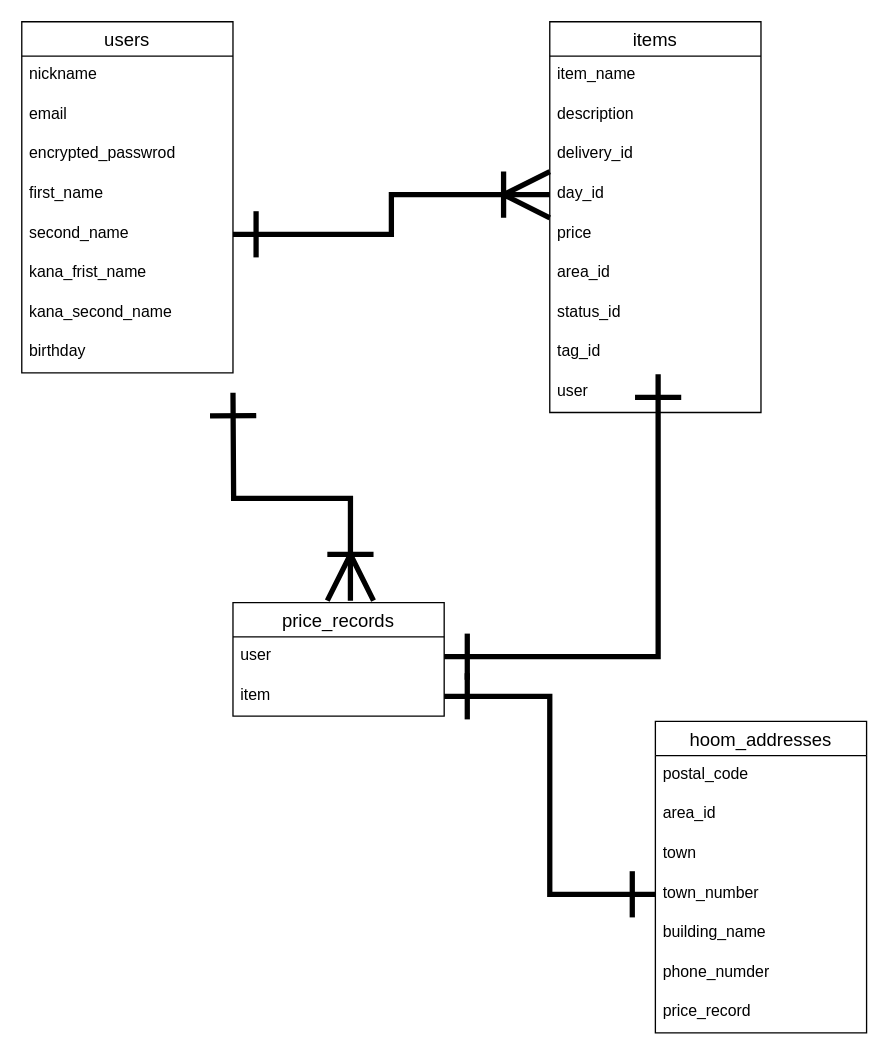
This is .dio from gen-ghub/furima-31626, a draw.io file, before an edit. Source tidied: cells renumbered, new cells numbered last; positions are measured from the earlier drawing's top-left corner, leaving out a move shared by most shapes. Both pictures are drawn from the tidied source at 132%, with x=0, y=0 at pixel (21, 21).
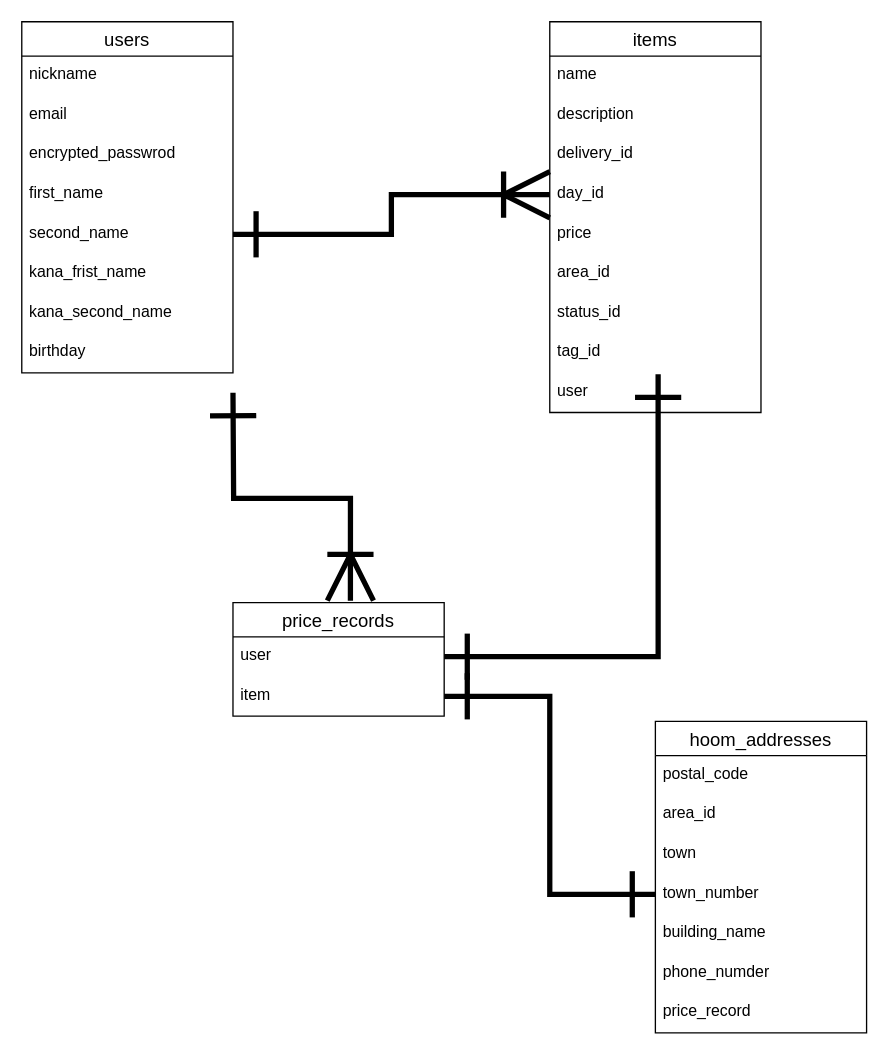
The same diagram, later.

Commit message (it also covers changes not shown here):
指摘箇所修正4

Unchanged cells that the change refers to:
```xml
<mxCell id="11" value="items" style="swimlane;fontStyle=0;horizontal=1;startSize=26;align=center;fontSize=14;" parent="1" vertex="1">
  <mxGeometry x="400" width="160" height="296" as="geometry" />
</mxCell>
```

Diff of the diagram source:
```diff
@@
-    <mxCell id="12" value="item_name" style="text;strokeColor=none;fillColor=none;spacingLeft=4;spacingRight=4;overflow=hidden;fontSize=12;" parent="11" vertex="1">
+    <mxCell id="12" value="name" style="text;strokeColor=none;fillColor=none;spacingLeft=4;spacingRight=4;overflow=hidden;fontSize=12;" parent="11" vertex="1">
       <mxGeometry y="26" width="160" height="30" as="geometry" />
     </mxCell>
```
